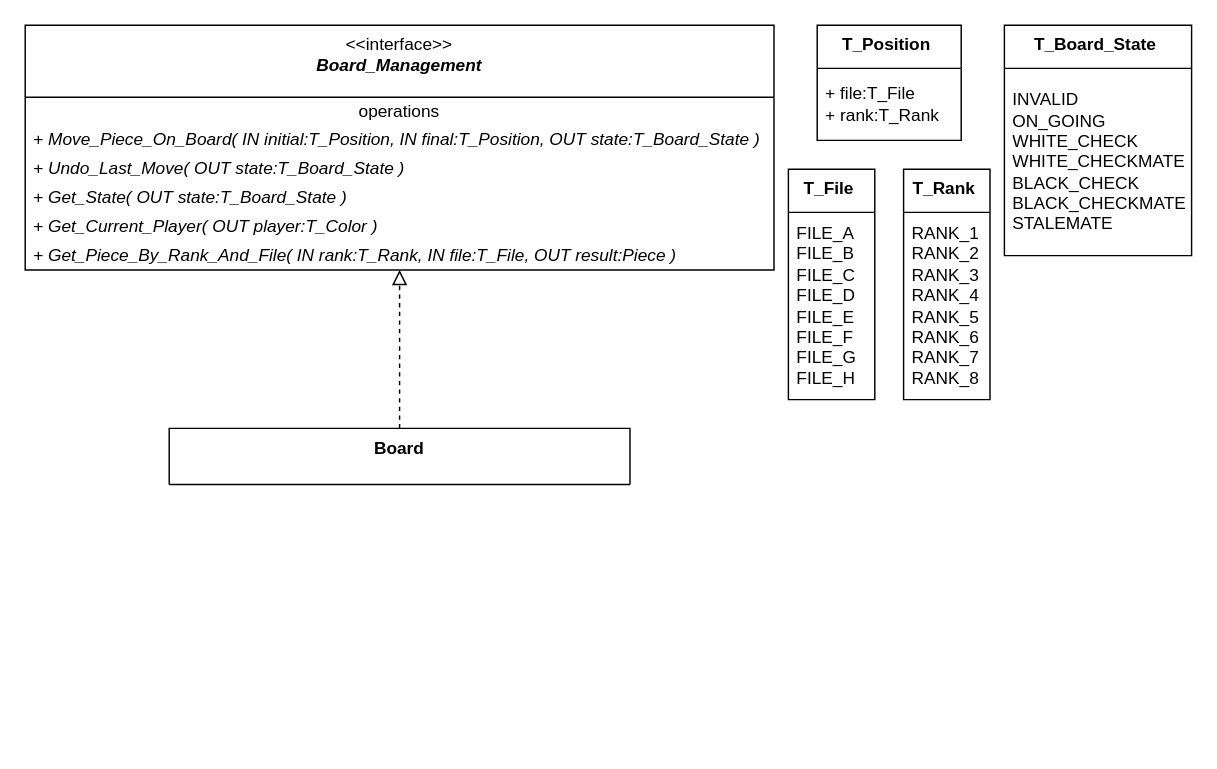
SanteyneEmbeddedSystems/Embedded_Chess keeps this draw.io diagram as page "User_interface" (1 of 6) of doc/Embedded_Chess.drawio. Above is the earlier version. Source tidied: cells renumbered, new cells numbered last; positions are measured from the earlier drawing's top-left corner, leaving out a move shared by most shapes. Both pictures are drawn from the tidied source at 144%, with x=0, y=0 at pixel (24, 24).
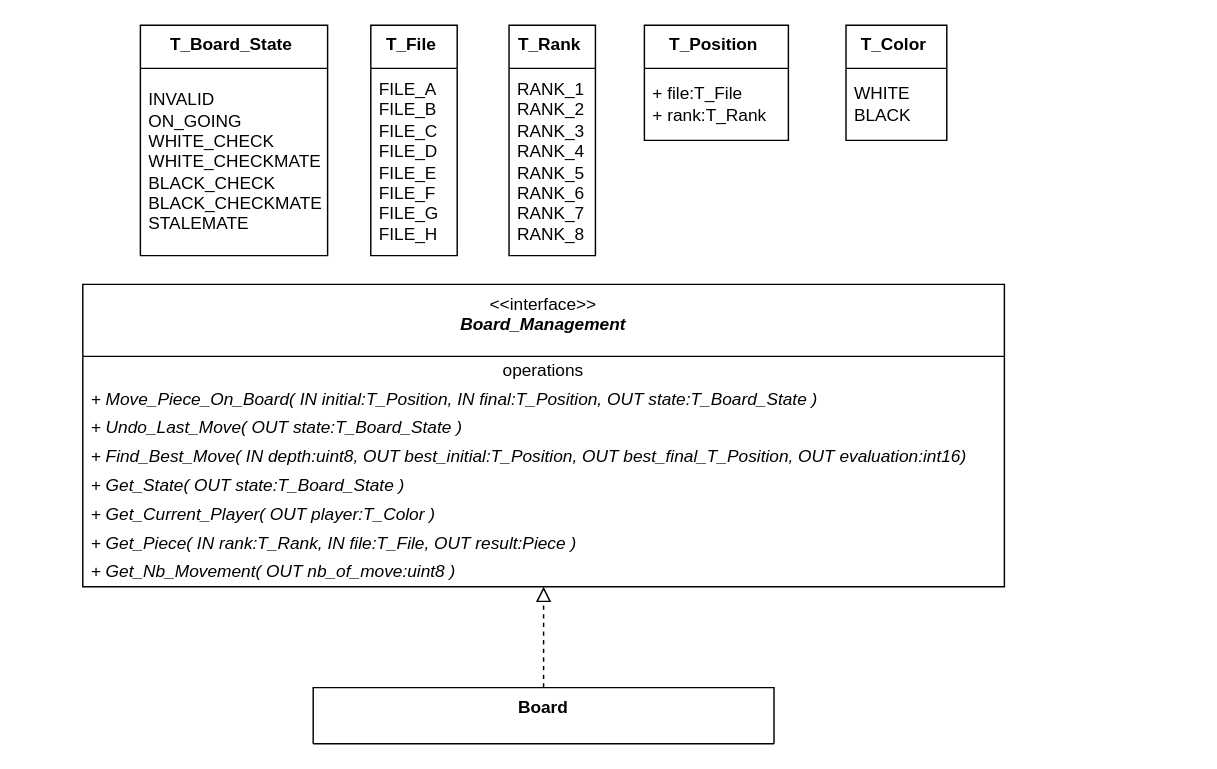
The same diagram, later.

Change to the diagram source:
```diff
@@
     <mxCell id="2" value="&amp;lt;&amp;lt;interface&amp;gt;&amp;gt;&lt;br&gt;&lt;b&gt;&lt;i&gt;Board_Management&lt;/i&gt;&lt;/b&gt;" style="swimlane;fontStyle=0;align=center;verticalAlign=top;horizontal=1;startSize=50;html=1;whiteSpace=wrap;" parent="1" vertex="1">
-      <mxGeometry width="520" height="170" as="geometry" />
+      <mxGeometry x="40" y="180" width="640" height="210" as="geometry" />
     </mxCell>
     <mxCell id="3" value="operations" style="text;html=1;strokeColor=none;fillColor=none;align=center;verticalAlign=middle;spacingLeft=4;spacingRight=4;overflow=hidden;whiteSpace=wrap;" parent="2" vertex="1">
-      <mxGeometry y="50" width="520" height="20" as="geometry" />
+      <mxGeometry y="50" width="640" height="20" as="geometry" />
     </mxCell>
     <mxCell id="4" value="&lt;i&gt;+ Move_Piece_On_Board( IN initial:T_Position, IN final:T_Position, OUT state:T_Board_State )&lt;br&gt;&lt;br&gt;&lt;br&gt;&lt;/i&gt;" style="text;html=1;strokeColor=none;fillColor=none;align=left;verticalAlign=middle;spacingLeft=4;spacingRight=4;overflow=hidden;whiteSpace=wrap;" parent="2" vertex="1">
-      <mxGeometry y="70" width="520" height="20" as="geometry" />
+      <mxGeometry y="70" width="640" height="20" as="geometry" />
     </mxCell>
     <mxCell id="5" value="&lt;i style=&quot;border-color: var(--border-color);&quot;&gt;+ Undo_Last_Move( OUT state:T_Board_State )&lt;/i&gt;" style="text;html=1;strokeColor=none;fillColor=none;align=left;verticalAlign=middle;spacingLeft=4;spacingRight=4;overflow=hidden;whiteSpace=wrap;" parent="2" vertex="1">
-      <mxGeometry y="90" width="520" height="20" as="geometry" />
+      <mxGeometry y="90" width="640" height="20" as="geometry" />
     </mxCell>
+    <mxCell id="19" value="+ Find_Best_Move( IN depth:uint8, OUT best_initial:T_Position, OUT best_final_T_Position, OUT evaluation:int16)" style="text;html=1;strokeColor=none;fillColor=none;align=left;verticalAlign=middle;spacingLeft=4;spacingRight=4;overflow=hidden;whiteSpace=wrap;fontStyle=2;" parent="2" vertex="1">
+      <mxGeometry y="110" width="640" height="20" as="geometry" />
+    </mxCell>
     <mxCell id="6" value="&lt;i style=&quot;border-color: var(--border-color);&quot;&gt;+ Get_State( OUT state:T_Board_State )&lt;/i&gt;" style="text;html=1;strokeColor=none;fillColor=none;align=left;verticalAlign=middle;spacingLeft=4;spacingRight=4;overflow=hidden;whiteSpace=wrap;" parent="2" vertex="1">
-      <mxGeometry y="110" width="520" height="20" as="geometry" />
+      <mxGeometry y="130" width="640" height="20" as="geometry" />
     </mxCell>
     <mxCell id="7" value="&lt;i style=&quot;border-color: var(--border-color);&quot;&gt;+ Get_Current_Player( OUT player:T_Color )&lt;/i&gt;" style="text;html=1;strokeColor=none;fillColor=none;align=left;verticalAlign=middle;spacingLeft=4;spacingRight=4;overflow=hidden;whiteSpace=wrap;" parent="2" vertex="1">
-      <mxGeometry y="130" width="520" height="20" as="geometry" />
+      <mxGeometry y="150" width="640" height="20" as="geometry" />
     </mxCell>
-    <mxCell id="8" value="&lt;i style=&quot;border-color: var(--border-color);&quot;&gt;+ Get_Piece_By_Rank_And_File( IN rank:T_Rank, IN file:T_File, OUT result:Piece )&lt;/i&gt;" style="text;html=1;strokeColor=none;fillColor=none;align=left;verticalAlign=middle;spacingLeft=4;spacingRight=4;overflow=hidden;whiteSpace=wrap;" parent="2" vertex="1">
-      <mxGeometry y="150" width="520" height="20" as="geometry" />
+    <mxCell id="8" value="&lt;i style=&quot;border-color: var(--border-color);&quot;&gt;+ Get_Piece( IN rank:T_Rank, IN file:T_File, OUT result:Piece )&lt;/i&gt;" style="text;html=1;strokeColor=none;fillColor=none;align=left;verticalAlign=middle;spacingLeft=4;spacingRight=4;overflow=hidden;whiteSpace=wrap;" parent="2" vertex="1">
+      <mxGeometry y="170" width="640" height="20" as="geometry" />
     </mxCell>
+    <mxCell id="20" value="&lt;i&gt;+ Get_Nb_Movement( OUT nb_of_move:uint8 )&lt;/i&gt;" style="text;html=1;strokeColor=none;fillColor=none;align=left;verticalAlign=middle;spacingLeft=4;spacingRight=4;overflow=hidden;whiteSpace=wrap;" parent="2" vertex="1">
+      <mxGeometry y="190" width="640" height="20" as="geometry" />
+    </mxCell>
     <mxCell id="9" value="&lt;b&gt;T_Board_State&amp;nbsp;&lt;/b&gt;" style="swimlane;fontStyle=0;align=center;verticalAlign=top;horizontal=1;startSize=30;html=1;whiteSpace=wrap;" parent="1" vertex="1">
-      <mxGeometry x="680" width="130" height="160" as="geometry" />
+      <mxGeometry x="80" width="130" height="160" as="geometry" />
     </mxCell>
@@
     <mxCell id="11" value="&lt;b&gt;T_Position&amp;nbsp;&lt;/b&gt;" style="swimlane;fontStyle=0;align=center;verticalAlign=top;horizontal=1;startSize=30;html=1;whiteSpace=wrap;" parent="1" vertex="1">
-      <mxGeometry x="550" width="100" height="80" as="geometry" />
+      <mxGeometry x="430" width="100" height="80" as="geometry" />
     </mxCell>
@@
     <mxCell id="13" value="&lt;b&gt;T_File&amp;nbsp;&lt;/b&gt;" style="swimlane;fontStyle=0;align=center;verticalAlign=top;horizontal=1;startSize=30;html=1;whiteSpace=wrap;" parent="1" vertex="1">
-      <mxGeometry x="530" y="100" width="60" height="160" as="geometry" />
+      <mxGeometry x="240" width="60" height="160" as="geometry" />
     </mxCell>
@@
     <mxCell id="15" value="&lt;b&gt;T_Rank&amp;nbsp;&lt;/b&gt;" style="swimlane;fontStyle=0;align=center;verticalAlign=top;horizontal=1;startSize=30;html=1;whiteSpace=wrap;" parent="1" vertex="1">
-      <mxGeometry x="610" y="100" width="60" height="160" as="geometry" />
+      <mxGeometry x="336" width="60" height="160" as="geometry" />
     </mxCell>
@@
     <mxCell id="17" value="&lt;b&gt;Board&lt;/b&gt;" style="swimlane;fontStyle=0;align=center;verticalAlign=top;horizontal=1;startSize=51;html=1;whiteSpace=wrap;" parent="1" vertex="1">
-      <mxGeometry x="100" y="280" width="320" height="39" as="geometry" />
+      <mxGeometry x="200" y="460" width="320" height="39" as="geometry" />
     </mxCell>
@@
+    <mxCell id="21" value="&lt;b&gt;T_Color&amp;nbsp;&lt;/b&gt;" style="swimlane;fontStyle=0;align=center;verticalAlign=top;horizontal=1;startSize=30;html=1;whiteSpace=wrap;" parent="1" vertex="1">
+      <mxGeometry x="570" width="70" height="80" as="geometry" />
+    </mxCell>
+    <mxCell id="22" value="&lt;div&gt;WHITE&lt;/div&gt;&lt;div&gt;BLACK&lt;/div&gt;" style="text;html=1;strokeColor=none;fillColor=none;align=left;verticalAlign=middle;spacingLeft=4;spacingRight=4;overflow=hidden;whiteSpace=wrap;" parent="21" vertex="1">
+      <mxGeometry y="30" width="70" height="50" as="geometry" />
+    </mxCell>
```
